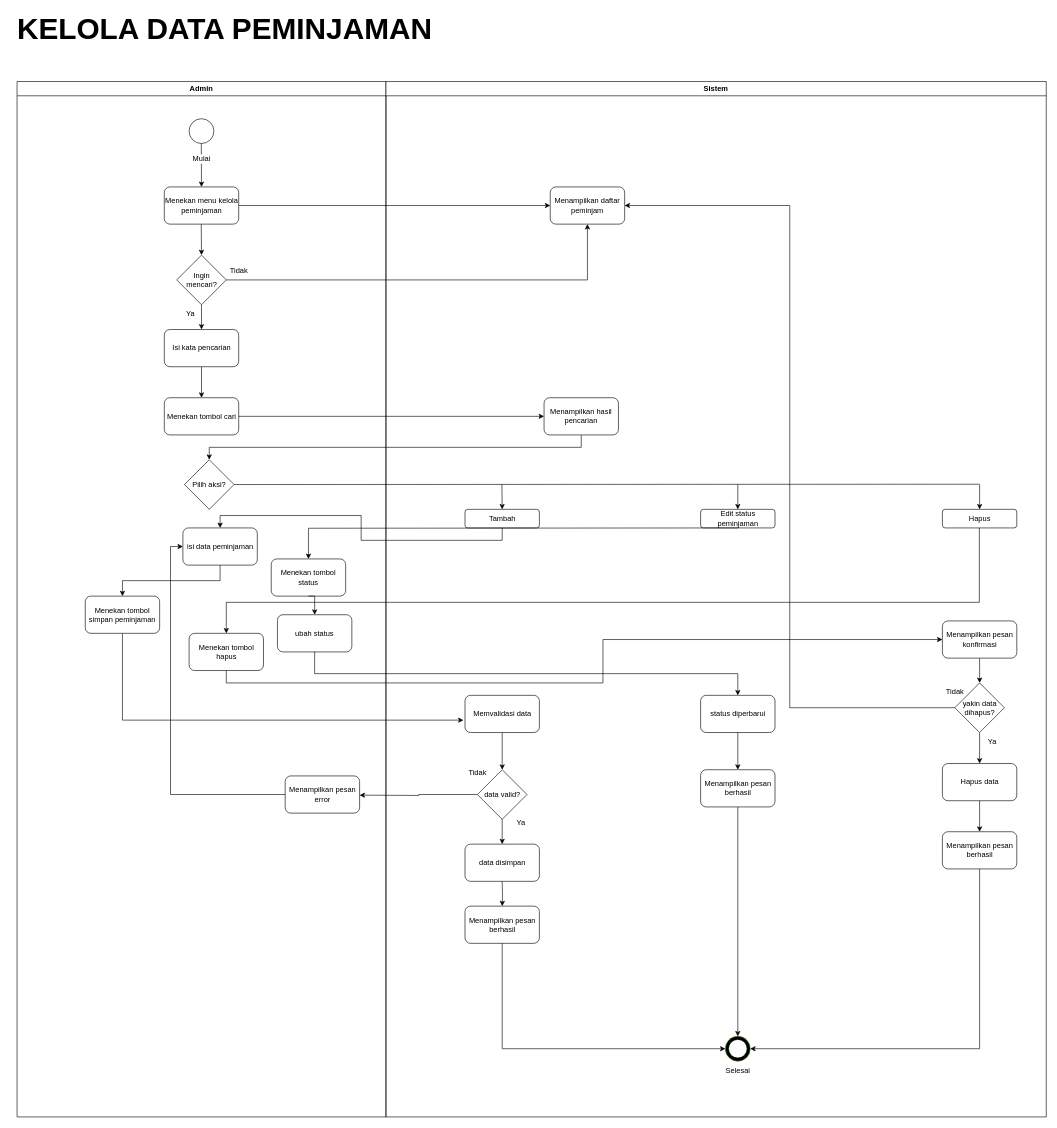
Earlier version of the draw.io diagram page "Kelola data peminjaman" (6 of 11) of Diagram Tanpa Judul.drawio (sintaannisa/Aplikasi-Peminjaman-Alat). Source tidied: cells renumbered, new cells numbered last; positions are measured from the earlier drawing's top-left corner, leaving out a move shared by most shapes. Both pictures are drawn from the tidied source at 62%, with x=0, y=0 at pixel (11, 19).
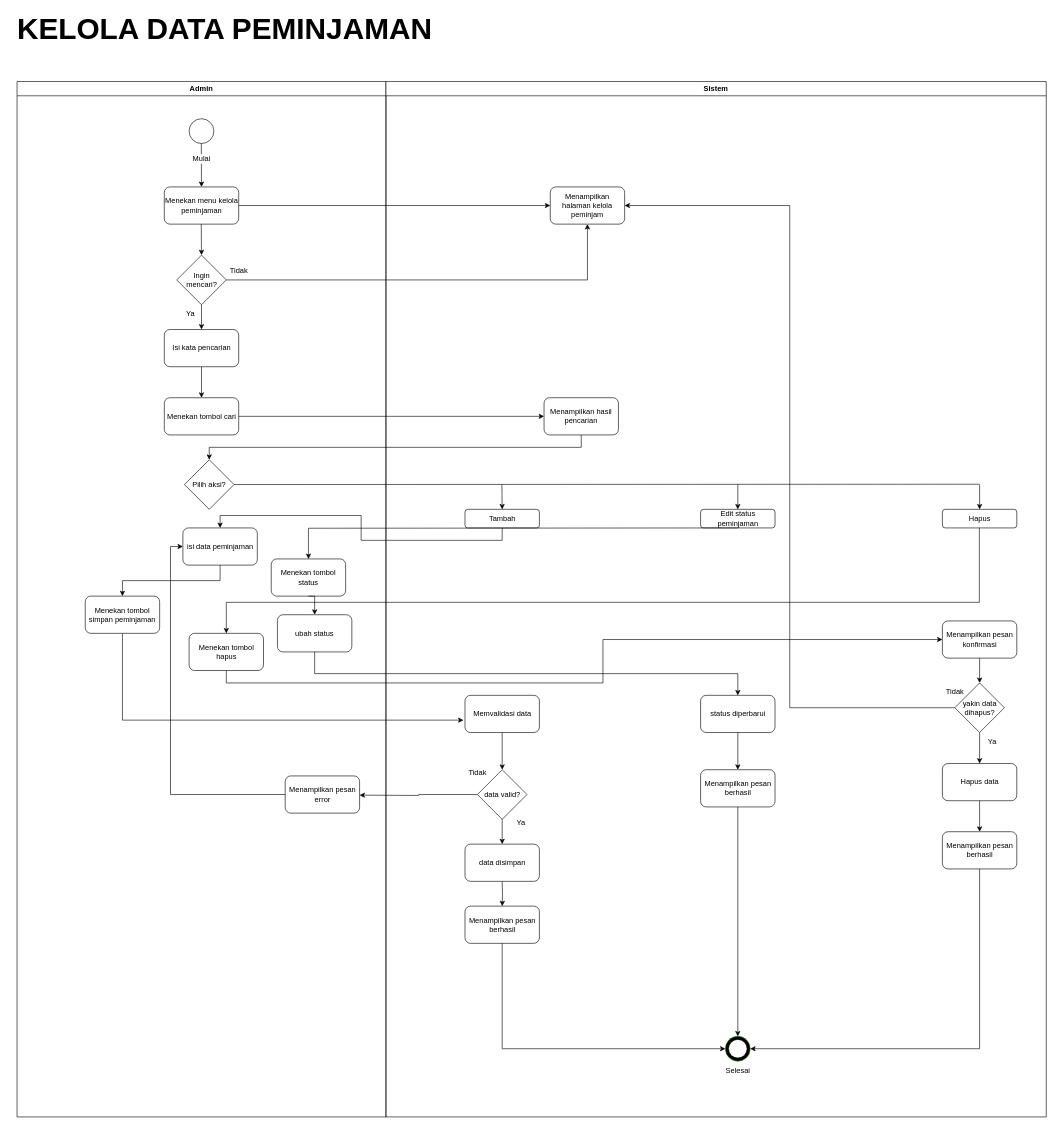
The same diagram, later.

The change refers to these unchanged cells:
```xml
<mxCell id="23" value="Sistem" style="swimlane;whiteSpace=wrap;html=1;" parent="1" vertex="1">
  <mxGeometry x="605" y="100" width="1065" height="1670" as="geometry" />
</mxCell>
```

What changed in the source:
```diff
@@
-    <mxCell id="24" value="Menampilkan daftar peminjam" style="rounded=1;whiteSpace=wrap;html=1;" parent="23" vertex="1">
+    <mxCell id="24" value="Menampilkan halaman kelola peminjam" style="rounded=1;whiteSpace=wrap;html=1;" parent="23" vertex="1">
       <mxGeometry x="265" y="170" width="120" height="60" as="geometry" />
     </mxCell>
```
